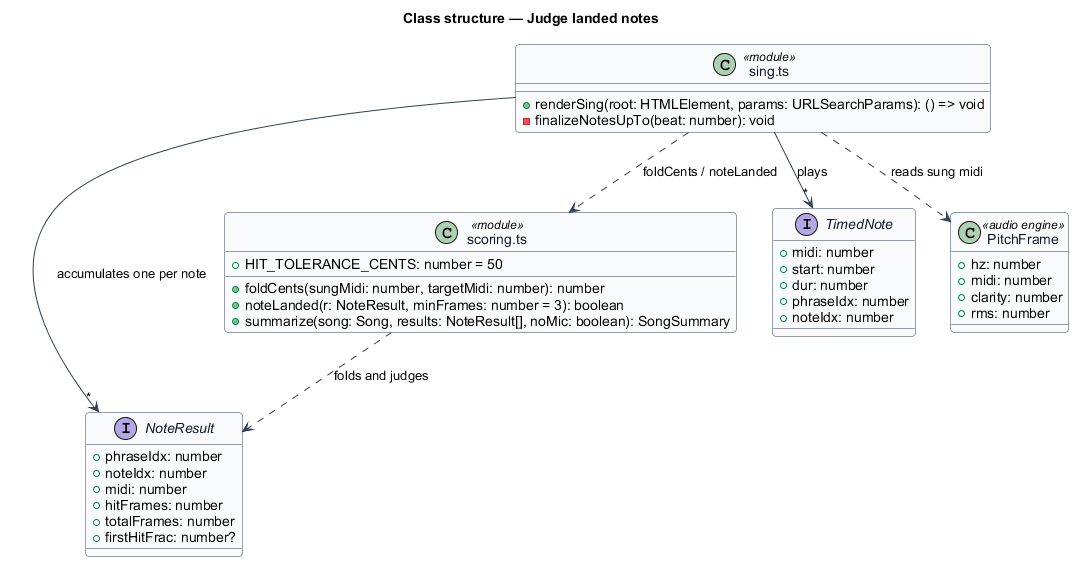
Before: docs/detailed-designs/scoring-and-results/judge-landed-notes/diagrams/class-structure.png, a diagram exported from PlantUML (QuinntyneBrown/TwinkleTune). Source of this version:
```plantuml
@startuml
skinparam backgroundColor #FFFFFF
skinparam shadowing false
skinparam roundcorner 8
skinparam defaultFontName Arial
skinparam ArrowColor #344054
skinparam class {
  BorderColor #344054
  FontColor #101828
  BackgroundColor #F9FAFB
}
title Class structure — Judge landed notes

interface NoteResult {
  +phraseIdx: number
  +noteIdx: number
  +midi: number
  +hitFrames: number
  +totalFrames: number
  +firstHitFrac: number?
}

class "scoring.ts" as ScoringMod <<module>> {
  +HIT_TOLERANCE_CENTS: number = 50
  +foldCents(sungMidi: number, targetMidi: number): number
  +noteLanded(r: NoteResult, minFrames: number = 3): boolean
  +summarize(song: Song, results: NoteResult[], noMic: boolean): SongSummary
}

class "sing.ts" as SingMod <<module>> {
  +renderSing(root: HTMLElement, params: URLSearchParams): () => void
  -finalizeNotesUpTo(beat: number): void
}

interface TimedNote {
  +midi: number
  +start: number
  +dur: number
  +phraseIdx: number
  +noteIdx: number
}

class PitchFrame <<audio engine>> {
  +hz: number
  +midi: number
  +clarity: number
  +rms: number
}

ScoringMod ..> NoteResult : folds and judges
SingMod --> "*" NoteResult : accumulates one per note
SingMod --> "*" TimedNote : plays
SingMod ..> PitchFrame : reads sung midi
SingMod ..> ScoringMod : foldCents / noteLanded
@enduml
```
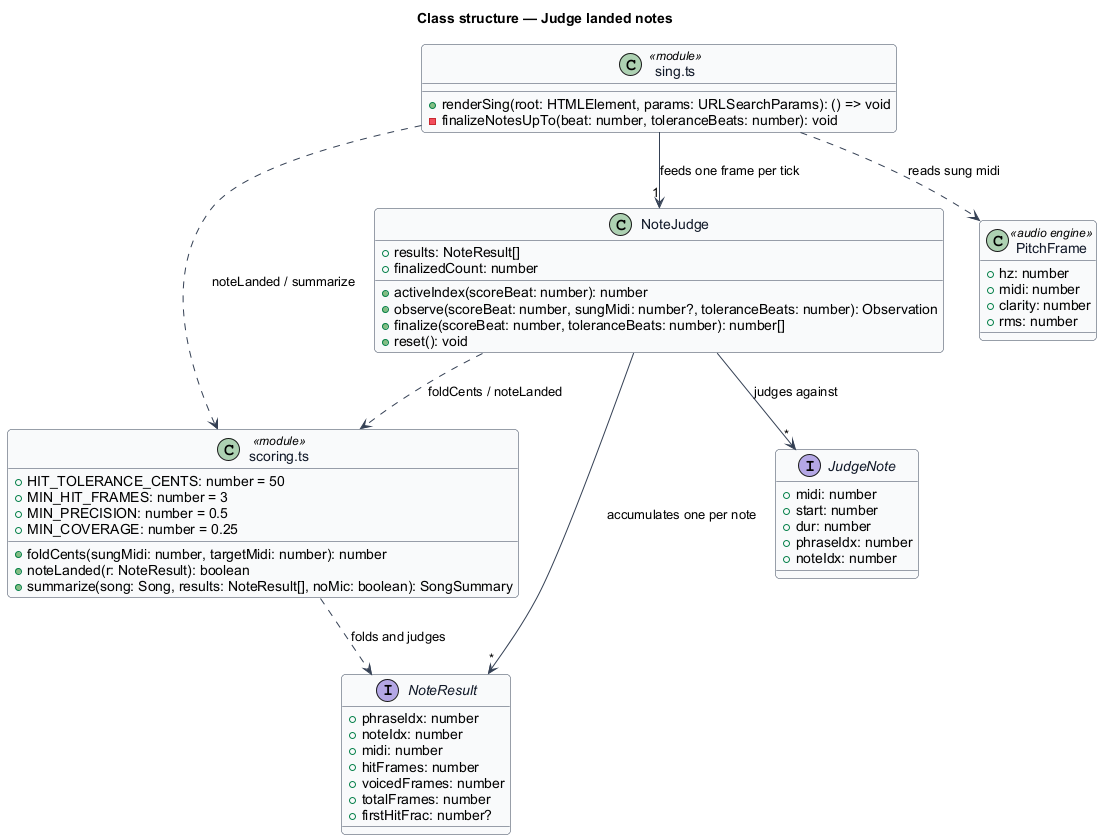
After the commit.

What changed in the source:
```diff
@@ -16,23 +16,36 @@
   +noteIdx: number
   +midi: number
   +hitFrames: number
+  +voicedFrames: number
   +totalFrames: number
   +firstHitFrac: number?
 }
 
 class "scoring.ts" as ScoringMod <<module>> {
   +HIT_TOLERANCE_CENTS: number = 50
+  +MIN_HIT_FRAMES: number = 3
+  +MIN_PRECISION: number = 0.5
+  +MIN_COVERAGE: number = 0.25
   +foldCents(sungMidi: number, targetMidi: number): number
-  +noteLanded(r: NoteResult, minFrames: number = 3): boolean
+  +noteLanded(r: NoteResult): boolean
   +summarize(song: Song, results: NoteResult[], noMic: boolean): SongSummary
+}
+
+class NoteJudge {
+  +results: NoteResult[]
+  +finalizedCount: number
+  +activeIndex(scoreBeat: number): number
+  +observe(scoreBeat: number, sungMidi: number?, toleranceBeats: number): Observation
+  +finalize(scoreBeat: number, toleranceBeats: number): number[]
+  +reset(): void
 }
 
 class "sing.ts" as SingMod <<module>> {
   +renderSing(root: HTMLElement, params: URLSearchParams): () => void
-  -finalizeNotesUpTo(beat: number): void
+  -finalizeNotesUpTo(beat: number, toleranceBeats: number): void
 }
 
-interface TimedNote {
+interface JudgeNote {
   +midi: number
   +start: number
   +dur: number
@@ -48,8 +61,10 @@
 }
 
 ScoringMod ..> NoteResult : folds and judges
-SingMod --> "*" NoteResult : accumulates one per note
-SingMod --> "*" TimedNote : plays
+NoteJudge --> "*" NoteResult : accumulates one per note
+NoteJudge --> "*" JudgeNote : judges against
+NoteJudge ..> ScoringMod : foldCents / noteLanded
+SingMod --> "1" NoteJudge : feeds one frame per tick
 SingMod ..> PitchFrame : reads sung midi
-SingMod ..> ScoringMod : foldCents / noteLanded
+SingMod ..> ScoringMod : noteLanded / summarize
 @enduml
```
